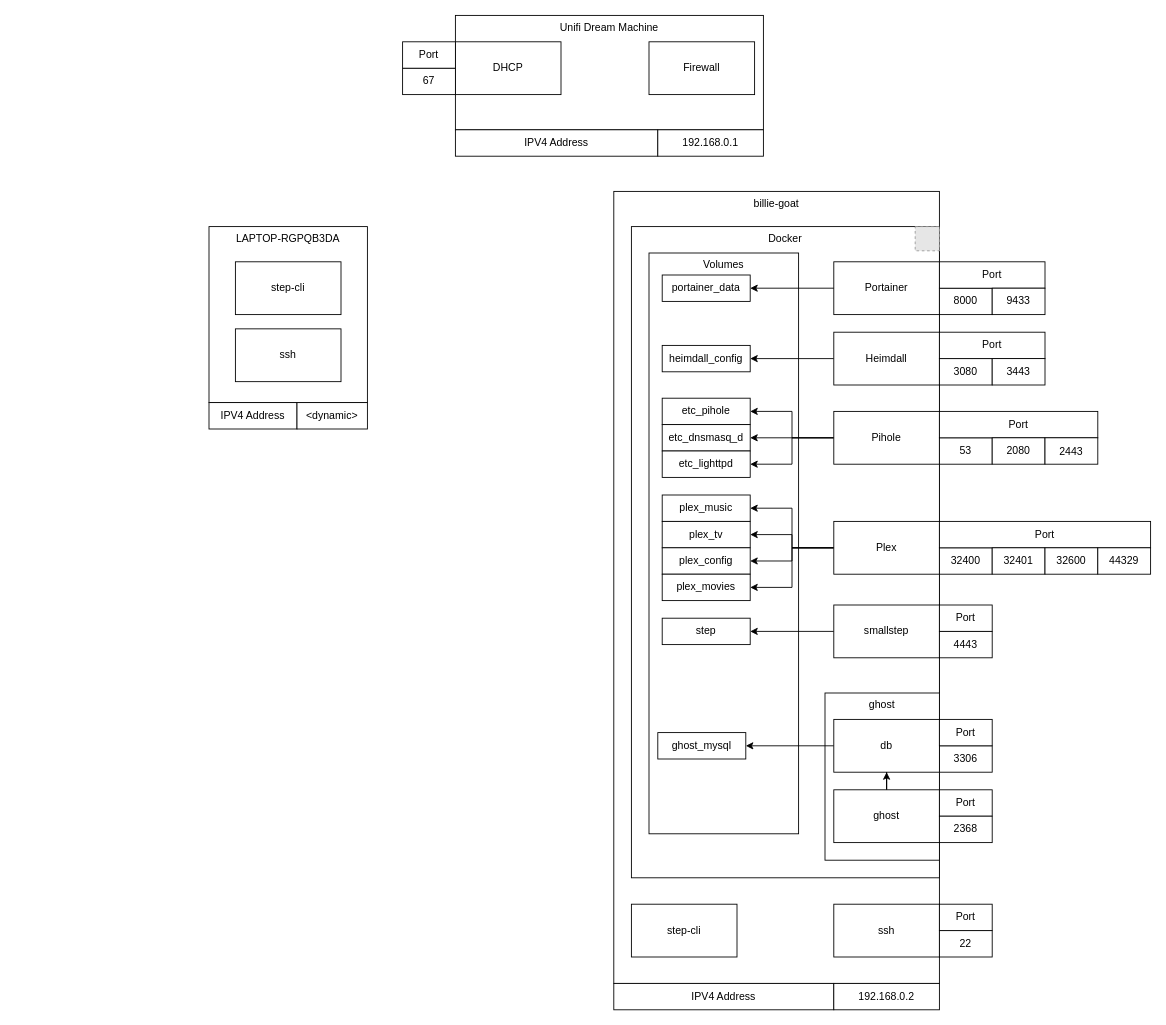
Earlier version of the draw.io diagram page "Docker" (1 of 2) of Untitled Diagram.drawio (isaac-brown/diagrams). Source tidied: cells renumbered, new cells numbered last; positions are measured from the earlier drawing's top-left corner, leaving out a move shared by most shapes. Both pictures are drawn from the tidied source at 88%, with x=0, y=0 at pixel (209, 15). Pictures stored in the file or linked from it are replaced by grey dashed boxes.
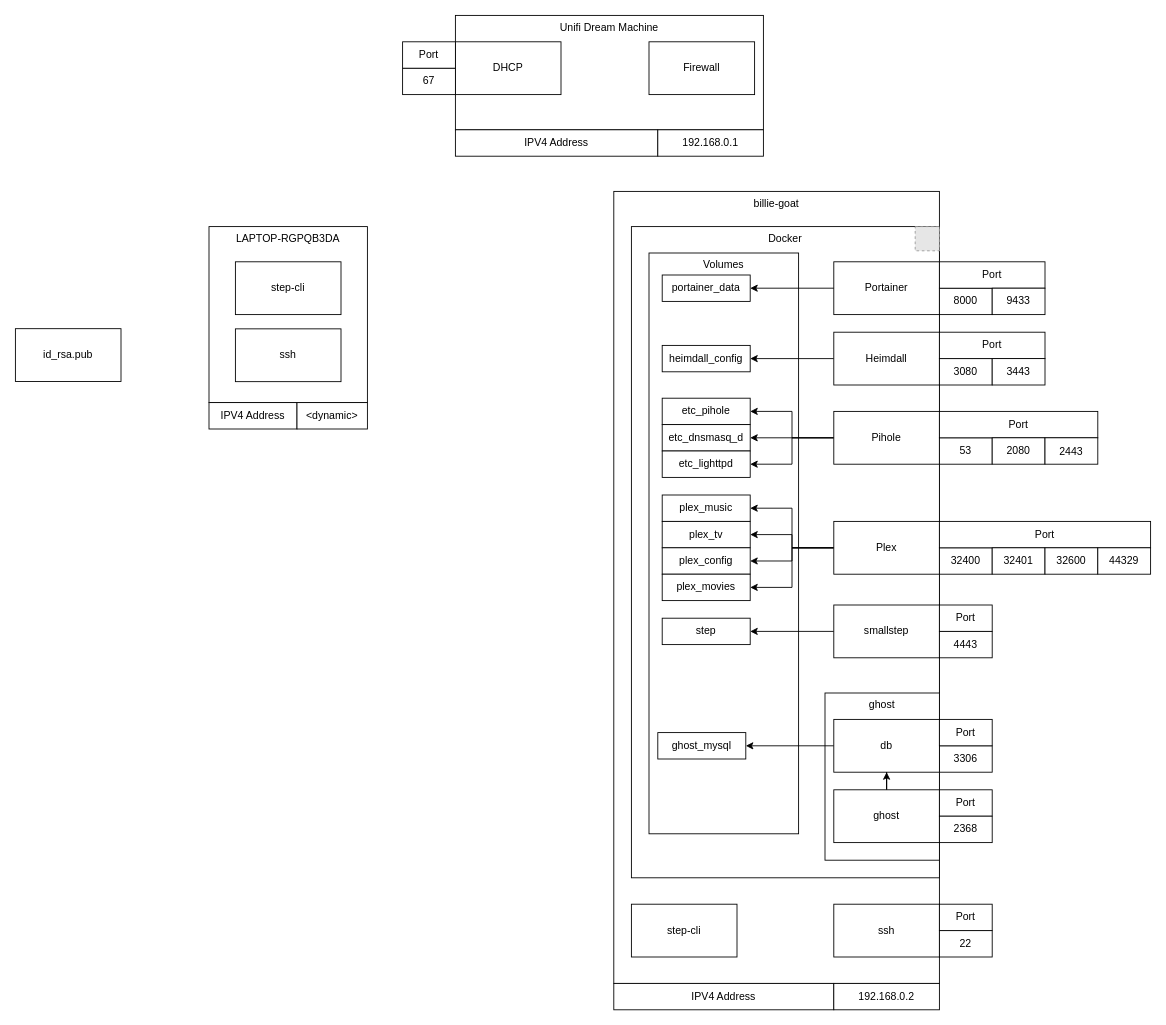
The same page after the edit.

Diff of the diagram source:
```diff
@@
+    <mxCell id="76" value="id_rsa.pub" style="rounded=0;whiteSpace=wrap;html=1;" parent="1" vertex="1">
+      <mxGeometry x="-220" y="356" width="120" height="60" as="geometry" />
+    </mxCell>
```
